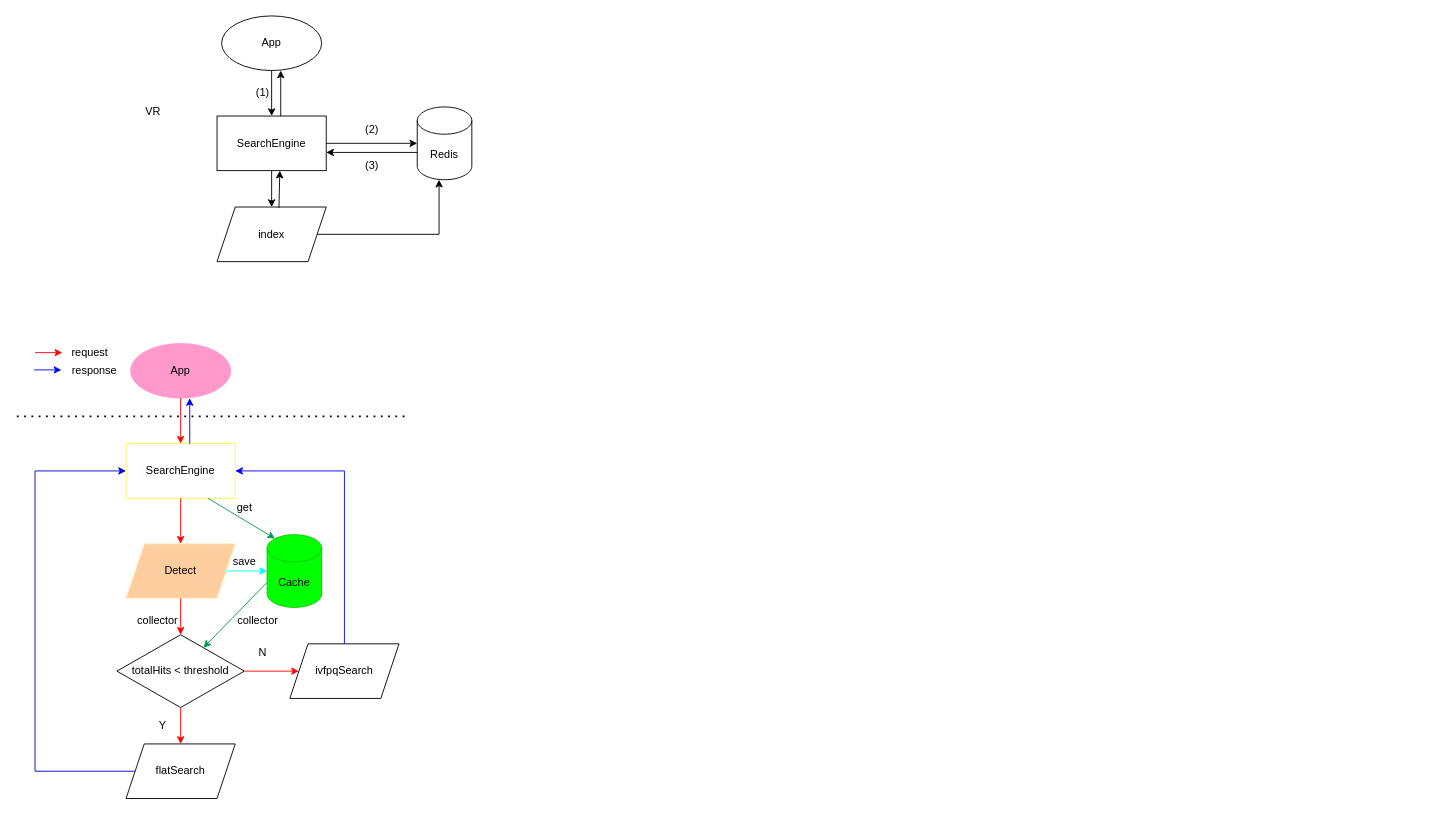
Earlier version of the draw.io diagram Query Cache Design.drawio (sunchunya314/drawio). Source tidied: cells renumbered, new cells numbered last; positions are measured from the earlier drawing's top-left corner, leaving out a move shared by most shapes. Both pictures are drawn from the tidied source at 91%, with x=0, y=0 at pixel (16, 15).
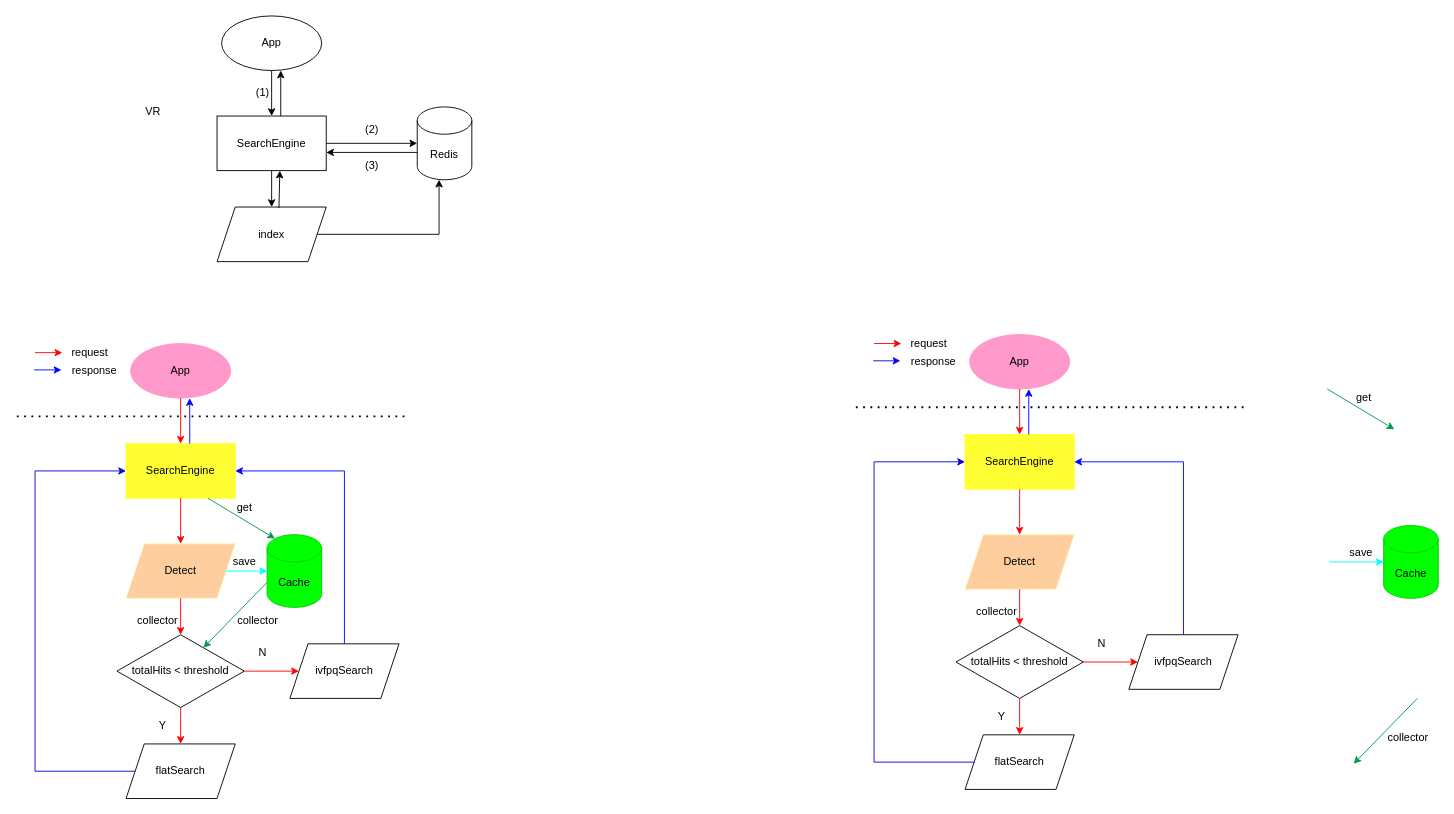
The same diagram, later.

Diff of the diagram source:
```diff
@@
-    <mxCell id="18" value="SearchEngine" style="rounded=0;whiteSpace=wrap;html=1;strokeColor=#FFFF33;" parent="1" vertex="1">
+    <mxCell id="18" value="SearchEngine" style="rounded=0;whiteSpace=wrap;html=1;strokeColor=#FFFF33;fillColor=#FFFF33;" parent="1" vertex="1">
       <mxGeometry x="120" y="470" width="120" height="60" as="geometry" />
     </mxCell>
@@
+    <mxCell id="46" style="endArrow=none;dashed=1;html=1;dashPattern=1 3;strokeWidth=2;rounded=0;" parent="1" edge="1">
+      <mxGeometry relative="1" as="geometry">
+        <mxPoint x="922" y="430" as="sourcePoint" />
+        <mxPoint x="1352" y="430" as="targetPoint" />
+      </mxGeometry>
+    </mxCell>
+    <mxCell id="47" value="SearchEngine" style="rounded=0;whiteSpace=wrap;html=1;strokeColor=#FFFF33;fillColor=#FFFF33;" parent="1" vertex="1">
+      <mxGeometry x="1042" y="460" width="120" height="60" as="geometry" />
+    </mxCell>
+    <mxCell id="48" value="App" style="ellipse;whiteSpace=wrap;html=1;strokeColor=#FF99CC;fillColor=#FF99CC;" parent="1" vertex="1">
+      <mxGeometry x="1047" y="350" width="110" height="60" as="geometry" />
+    </mxCell>
+    <mxCell id="49" style="endArrow=classic;html=1;rounded=0;exitX=0.5;exitY=1;exitDx=0;exitDy=0;strokeColor=#FF0000;" parent="1" edge="1" source="48" target="47">
+      <mxGeometry relative="1" as="geometry" />
+    </mxCell>
+    <mxCell id="50" value="Detect" style="shape=parallelogram;perimeter=parallelogramPerimeter;whiteSpace=wrap;html=1;fixedSize=1;strokeColor=#FFF4C3;fillColor=#FFCE9F;" parent="1" vertex="1">
+      <mxGeometry x="1042" y="570" width="120" height="60" as="geometry" />
+    </mxCell>
+    <mxCell id="51" style="endArrow=classic;html=1;rounded=0;exitX=0.5;exitY=1;exitDx=0;exitDy=0;entryX=0.5;entryY=0;entryDx=0;entryDy=0;strokeColor=#FF0000;" parent="1" edge="1" source="47" target="50">
+      <mxGeometry relative="1" as="geometry" />
+    </mxCell>
+    <mxCell id="52" value="totalHits &amp;lt; threshold" style="rhombus;whiteSpace=wrap;html=1;" parent="1" vertex="1">
+      <mxGeometry x="1032" y="670" width="140" height="80" as="geometry" />
+    </mxCell>
+    <mxCell id="53" style="endArrow=classic;html=1;rounded=0;exitX=0.5;exitY=1;exitDx=0;exitDy=0;entryX=0.5;entryY=0;entryDx=0;entryDy=0;strokeColor=#FF0000;" parent="1" edge="1" source="50" target="52">
+      <mxGeometry relative="1" as="geometry" />
+    </mxCell>
+    <mxCell id="54" style="endArrow=classic;html=1;rounded=0;exitX=0.5;exitY=1;exitDx=0;exitDy=0;entryX=0.5;entryY=0;entryDx=0;entryDy=0;strokeColor=#FF0000;" parent="1" edge="1" source="52" target="55">
+      <mxGeometry relative="1" as="geometry" />
+    </mxCell>
+    <mxCell id="55" value="flatSearch" style="shape=parallelogram;perimeter=parallelogramPerimeter;whiteSpace=wrap;html=1;fixedSize=1;" parent="1" vertex="1">
+      <mxGeometry x="1042" y="790" width="120" height="60" as="geometry" />
+    </mxCell>
+    <mxCell id="56" value="Y" style="text;html=1;align=center;verticalAlign=middle;strokeColor=none;fillColor=none;" parent="1" vertex="1">
+      <mxGeometry x="1067" y="755" width="30" height="30" as="geometry" />
+    </mxCell>
+    <mxCell id="57" style="endArrow=classic;html=1;rounded=0;exitX=1;exitY=0.5;exitDx=0;exitDy=0;entryX=0;entryY=0.5;entryDx=0;entryDy=0;strokeColor=#FF0000;" parent="1" edge="1" source="52" target="58">
+      <mxGeometry relative="1" as="geometry" />
+    </mxCell>
+    <mxCell id="58" value="ivfpqSearch" style="shape=parallelogram;perimeter=parallelogramPerimeter;whiteSpace=wrap;html=1;fixedSize=1;" parent="1" vertex="1">
+      <mxGeometry x="1222" y="680" width="120" height="60" as="geometry" />
+    </mxCell>
+    <mxCell id="59" value="N" style="text;html=1;align=center;verticalAlign=middle;strokeColor=none;fillColor=none;" parent="1" vertex="1">
+      <mxGeometry x="1177" y="675" width="30" height="30" as="geometry" />
+    </mxCell>
+    <mxCell id="60" style="endArrow=classic;html=1;rounded=0;exitX=0.5;exitY=0;exitDx=0;exitDy=0;entryX=1;entryY=0.5;entryDx=0;entryDy=0;strokeColor=#0000FF;" parent="1" edge="1" source="58" target="47">
+      <mxGeometry relative="1" as="geometry">
+        <Array as="points">
+          <mxPoint x="1282" y="490" />
+        </Array>
+      </mxGeometry>
+    </mxCell>
+    <mxCell id="61" style="endArrow=classic;html=1;rounded=0;entryX=0;entryY=0.5;entryDx=0;entryDy=0;exitX=0;exitY=0.5;exitDx=0;exitDy=0;strokeColor=#0000CC;" parent="1" edge="1" source="55" target="47">
+      <mxGeometry relative="1" as="geometry">
+        <Array as="points">
+          <mxPoint x="942" y="820" />
+          <mxPoint x="942" y="490" />
+        </Array>
+      </mxGeometry>
+    </mxCell>
+    <mxCell id="62" style="endArrow=classic;html=1;rounded=0;exitX=0.5;exitY=1;exitDx=0;exitDy=0;strokeColor=#0000FF;" parent="1" edge="1">
+      <mxGeometry relative="1" as="geometry">
+        <mxPoint x="1112" y="460" as="sourcePoint" />
+        <mxPoint x="1112" y="410" as="targetPoint" />
+      </mxGeometry>
+    </mxCell>
+    <mxCell id="63" value="collector" style="text;html=1;strokeColor=none;fillColor=none;align=center;verticalAlign=middle;whiteSpace=wrap;rounded=0;" parent="1" vertex="1">
+      <mxGeometry x="1047" y="640" width="60" height="30" as="geometry" />
+    </mxCell>
+    <mxCell id="64" value="Cache" style="shape=cylinder3;whiteSpace=wrap;html=1;boundedLbl=1;backgroundOutline=1;size=15;strokeColor=#00CC00;fillColor=#00FF00;" parent="1" vertex="1">
+      <mxGeometry x="1502" y="560" width="60" height="80" as="geometry" />
+    </mxCell>
+    <mxCell id="65" style="endArrow=classic;html=1;rounded=0;exitX=0.75;exitY=1;exitDx=0;exitDy=0;entryX=0.145;entryY=0;entryDx=0;entryDy=4.35;entryPerimeter=0;strokeColor=#00994D;" parent="1" edge="1">
+      <mxGeometry relative="1" as="geometry">
+        <mxPoint x="1440.1" y="410" as="sourcePoint" />
+        <mxPoint x="1513.8" y="454.3" as="targetPoint" />
+      </mxGeometry>
+    </mxCell>
+    <mxCell id="66" style="endArrow=classic;html=1;rounded=0;exitX=0;exitY=0;exitDx=0;exitDy=52.5;exitPerimeter=0;strokeColor=#00994D;" parent="1" edge="1">
+      <mxGeometry relative="1" as="geometry">
+        <mxPoint x="1539" y="750" as="sourcePoint" />
+        <mxPoint x="1469" y="821.8" as="targetPoint" />
+      </mxGeometry>
+    </mxCell>
+    <mxCell id="67" value="collector" style="text;html=1;strokeColor=none;fillColor=none;align=center;verticalAlign=middle;whiteSpace=wrap;rounded=0;" parent="1" vertex="1">
+      <mxGeometry x="1499" y="777.5" width="60" height="30" as="geometry" />
+    </mxCell>
+    <mxCell id="68" style="endArrow=classic;html=1;rounded=0;strokeColor=#00FFFF;entryX=0;entryY=0.5;entryDx=0;entryDy=0;entryPerimeter=0;" parent="1" edge="1" target="64">
+      <mxGeometry relative="1" as="geometry">
+        <mxPoint x="1442" y="600" as="sourcePoint" />
+      </mxGeometry>
+    </mxCell>
+    <mxCell id="69" value="request" style="text;html=1;align=center;verticalAlign=middle;strokeColor=none;fillColor=none;" parent="1" vertex="1">
+      <mxGeometry x="972" y="345" width="60" height="30" as="geometry" />
+    </mxCell>
+    <mxCell id="70" style="endArrow=classic;html=1;rounded=0;strokeColor=#FF0000;" parent="1" edge="1">
+      <mxGeometry relative="1" as="geometry">
+        <mxPoint x="942" y="360" as="sourcePoint" />
+        <mxPoint x="972" y="360" as="targetPoint" />
+      </mxGeometry>
+    </mxCell>
+    <mxCell id="71" style="endArrow=classic;html=1;rounded=0;strokeColor=#0000FF;" parent="1" edge="1">
+      <mxGeometry relative="1" as="geometry">
+        <mxPoint x="941" y="379" as="sourcePoint" />
+        <mxPoint x="971" y="379" as="targetPoint" />
+      </mxGeometry>
+    </mxCell>
+    <mxCell id="72" value="response" style="text;html=1;align=center;verticalAlign=middle;strokeColor=none;fillColor=none;" parent="1" vertex="1">
+      <mxGeometry x="972" y="365" width="70" height="30" as="geometry" />
+    </mxCell>
+    <mxCell id="73" value="get" style="text;html=1;align=center;verticalAlign=middle;strokeColor=none;fillColor=none;" parent="1" vertex="1">
+      <mxGeometry x="1460.1" y="405" width="40" height="30" as="geometry" />
+    </mxCell>
+    <mxCell id="74" value="save" style="text;html=1;align=center;verticalAlign=middle;strokeColor=none;fillColor=none;" parent="1" vertex="1">
+      <mxGeometry x="1452" y="575" width="50" height="30" as="geometry" />
+    </mxCell>
```
